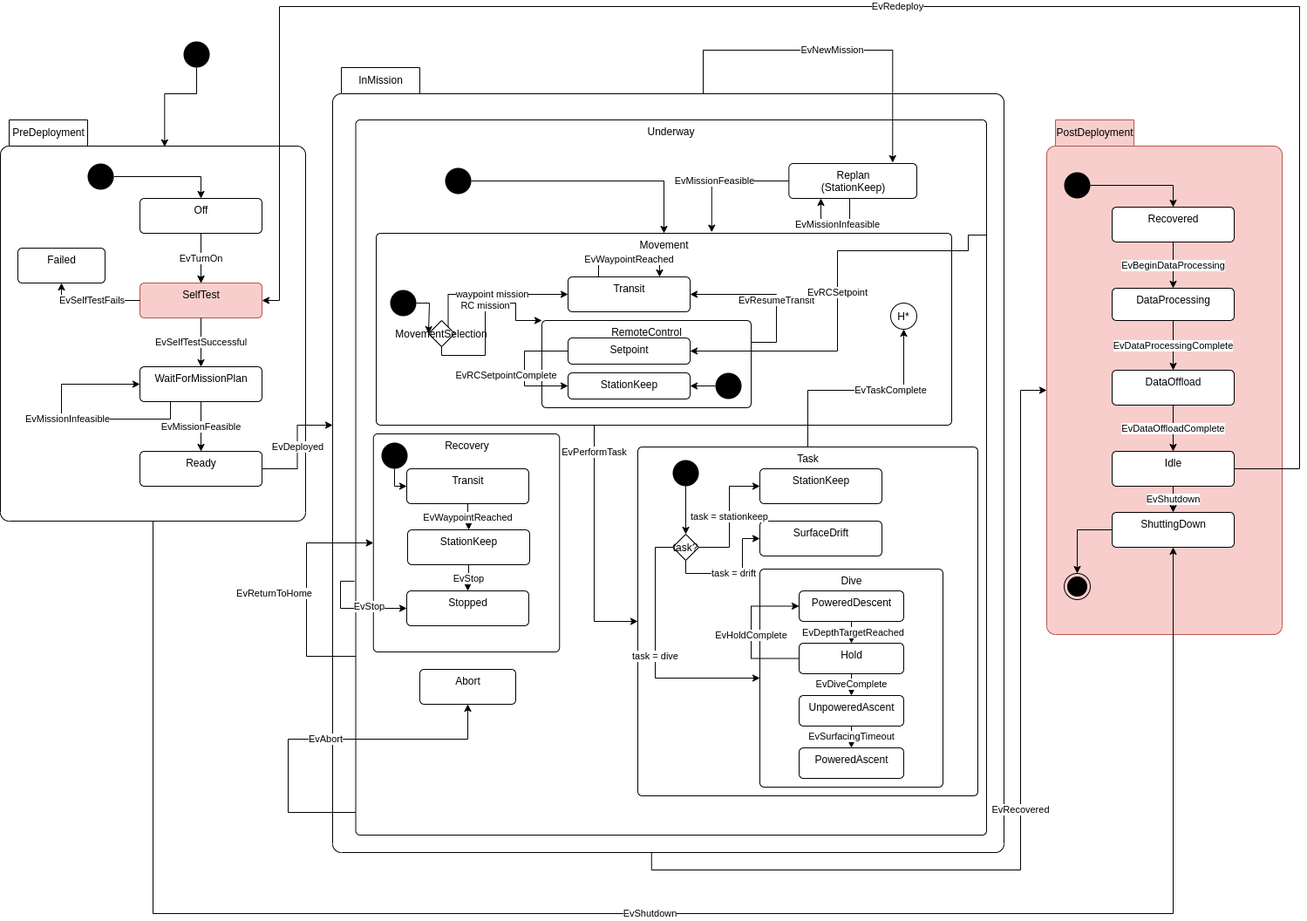
This is src/doc/figures/mission-states.png from jaiarobotics/jaiabot, a draw.io export, as it was before one commit. Source tidied: cells renumbered, new cells last; positions are measured from the earlier drawing's top-left corner, leaving out a move shared by most shapes.
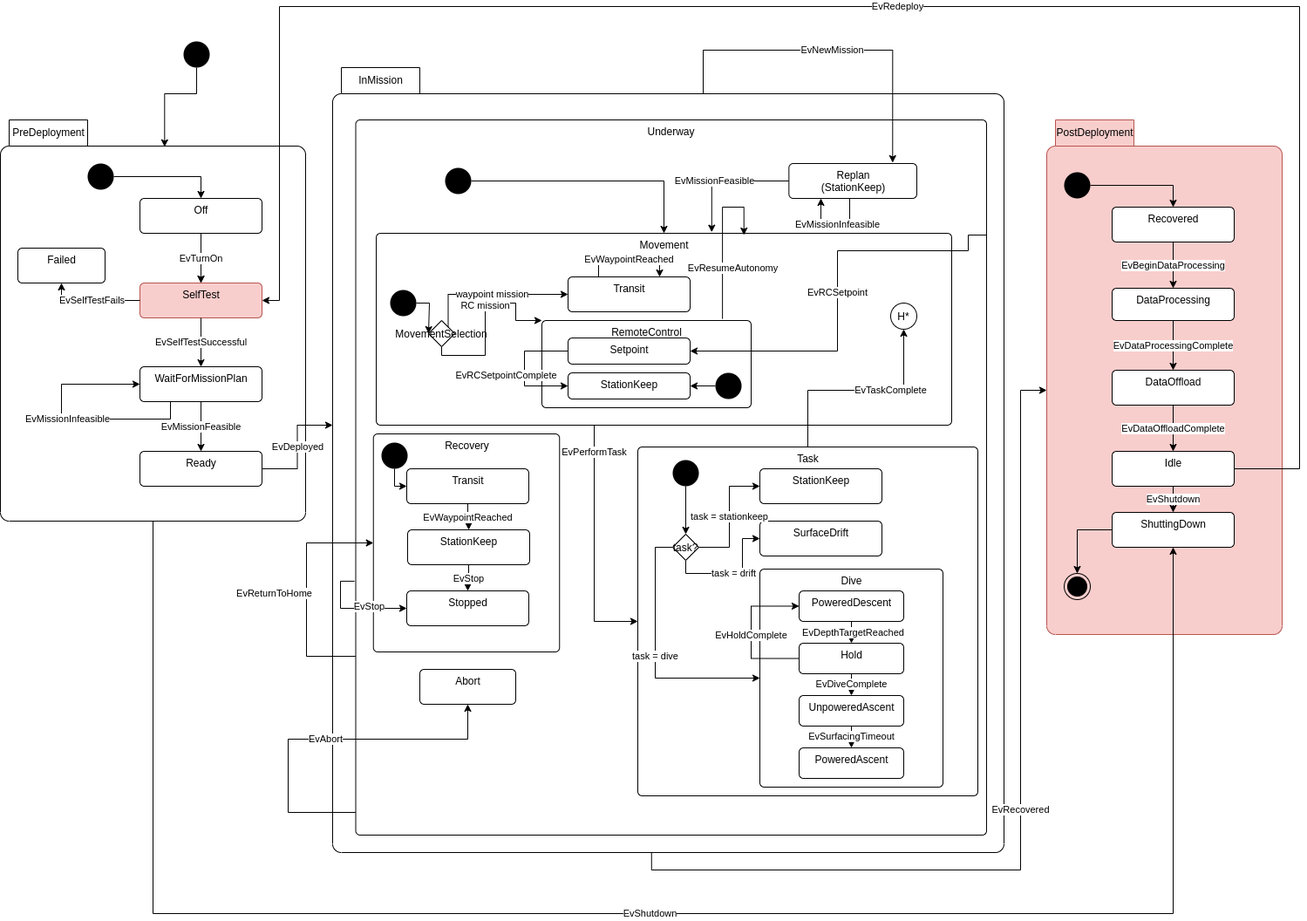
Above is the later version.

What changed in the source:
```diff
@@ -336,11 +336,11 @@
         </Array>
       </mxGeometry>
     </mxCell>
-    <mxCell id="83" value="EvResumeTransit" style="edgeStyle=orthogonalEdgeStyle;rounded=0;jettySize=auto;html=1;entryX=1;entryY=0.5;entryDx=0;entryDy=0;exitX=1;exitY=0.25;exitDx=0;exitDy=0;jumpStyle=arc;" parent="30" edge="1" source="85" target="36">
-      <mxGeometry x="-0.16" relative="1" as="geometry">
+    <mxCell id="83" value="EvResumeAutonomy" style="edgeStyle=orthogonalEdgeStyle;rounded=0;jettySize=auto;html=1;entryX=0.639;entryY=0.009;entryDx=0;entryDy=0;exitX=0.863;exitY=-0.02;exitDx=0;exitDy=0;jumpStyle=arc;exitPerimeter=0;entryPerimeter=0;" parent="30" edge="1" source="85" target="34">
+      <mxGeometry x="-0.37" y="-12" relative="1" as="geometry">
         <Array as="points">
-          <mxPoint x="489" y="215" />
-          <mxPoint x="489" y="160" />
+          <mxPoint x="427" y="60" />
+          <mxPoint x="452" y="60" />
         </Array>
       </mxGeometry>
     </mxCell>
```
